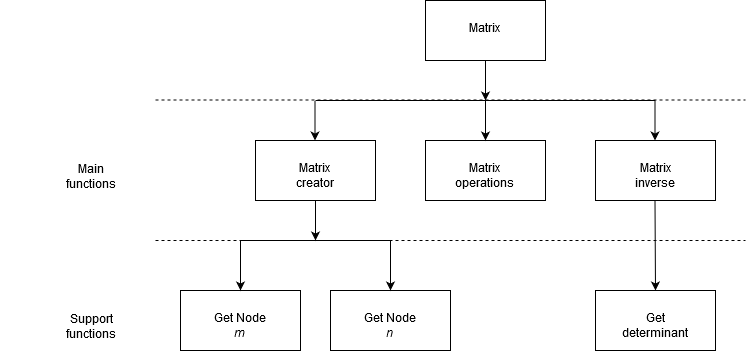
Before: Documents/Latex files/Research/Analysis Module/Images/Matrix struct.png, a diagram exported from draw.io (xw2519/ELEC40006-Circuit-Simulator). Source tidied: cells renumbered, new cells last; positions are measured from the earlier drawing's top-left corner, leaving out a move shared by most shapes. The source it was exported from:
```xml
<mxGraphModel>
  <root>
    <mxCell id="0" />
    <mxCell id="1" parent="0" />
    <mxCell id="2" value="Matrix" style="rounded=0;whiteSpace=wrap;html=1;" parent="1" vertex="1">
      <mxGeometry x="425" width="120" height="60" as="geometry" />
    </mxCell>
    <mxCell id="3" value="Matrix creator" style="rounded=0;whiteSpace=wrap;html=1;" parent="1" vertex="1">
      <mxGeometry x="255" y="140" width="120" height="60" as="geometry" />
    </mxCell>
    <mxCell id="4" value="Matrix operations" style="rounded=0;whiteSpace=wrap;html=1;" parent="1" vertex="1">
      <mxGeometry x="425" y="140" width="120" height="60" as="geometry" />
    </mxCell>
    <mxCell id="5" value="Matrix inverse" style="rounded=0;whiteSpace=wrap;html=1;" parent="1" vertex="1">
      <mxGeometry x="595" y="140" width="120" height="60" as="geometry" />
    </mxCell>
    <mxCell id="6" style="endArrow=classic;html=1;exitX=0.5;exitY=1;exitDx=0;exitDy=0;" parent="1" edge="1" source="2">
      <mxGeometry relative="1" as="geometry">
        <mxPoint x="485" y="100" as="targetPoint" />
      </mxGeometry>
    </mxCell>
    <mxCell id="7" style="endArrow=classic;html=1;exitX=0.5;exitY=1;exitDx=0;exitDy=0;" parent="1" edge="1">
      <mxGeometry relative="1" as="geometry">
        <mxPoint x="314.5" y="100" as="sourcePoint" />
        <mxPoint x="314.5" y="140" as="targetPoint" />
      </mxGeometry>
    </mxCell>
    <mxCell id="8" style="endArrow=classic;html=1;exitX=0.5;exitY=1;exitDx=0;exitDy=0;" parent="1" edge="1">
      <mxGeometry relative="1" as="geometry">
        <mxPoint x="485" y="100" as="sourcePoint" />
        <mxPoint x="485" y="140" as="targetPoint" />
      </mxGeometry>
    </mxCell>
    <mxCell id="9" style="endArrow=classic;html=1;exitX=0.5;exitY=1;exitDx=0;exitDy=0;" parent="1" edge="1">
      <mxGeometry relative="1" as="geometry">
        <mxPoint x="654.5" y="100" as="sourcePoint" />
        <mxPoint x="654.5" y="140" as="targetPoint" />
      </mxGeometry>
    </mxCell>
    <mxCell id="10" style="endArrow=none;html=1;" parent="1" edge="1">
      <mxGeometry relative="1" as="geometry">
        <mxPoint x="315" y="100" as="sourcePoint" />
        <mxPoint x="655" y="100" as="targetPoint" />
      </mxGeometry>
    </mxCell>
    <mxCell id="11" value="Get Node &lt;i&gt;m&lt;/i&gt;" style="rounded=0;whiteSpace=wrap;html=1;" parent="1" vertex="1">
      <mxGeometry x="180" y="290" width="120" height="60" as="geometry" />
    </mxCell>
    <mxCell id="12" style="endArrow=classic;html=1;entryX=0.5;entryY=0;entryDx=0;entryDy=0;" parent="1" edge="1" target="11">
      <mxGeometry relative="1" as="geometry">
        <mxPoint x="240" y="240" as="sourcePoint" />
      </mxGeometry>
    </mxCell>
    <mxCell id="13" value="Get Node &lt;i&gt;n&lt;/i&gt;" style="rounded=0;whiteSpace=wrap;html=1;" parent="1" vertex="1">
      <mxGeometry x="330" y="290" width="120" height="60" as="geometry" />
    </mxCell>
    <mxCell id="14" style="endArrow=classic;html=1;entryX=0.5;entryY=0;entryDx=0;entryDy=0;" parent="1" edge="1" target="13">
      <mxGeometry relative="1" as="geometry">
        <mxPoint x="390" y="240" as="sourcePoint" />
      </mxGeometry>
    </mxCell>
    <mxCell id="15" style="endArrow=none;html=1;" parent="1" edge="1">
      <mxGeometry relative="1" as="geometry">
        <mxPoint x="240" y="240" as="sourcePoint" />
        <mxPoint x="390" y="240" as="targetPoint" />
      </mxGeometry>
    </mxCell>
    <mxCell id="16" style="endArrow=classic;html=1;exitX=0.5;exitY=1;exitDx=0;exitDy=0;" parent="1" edge="1">
      <mxGeometry relative="1" as="geometry">
        <mxPoint x="315" y="200" as="sourcePoint" />
        <mxPoint x="315" y="240" as="targetPoint" />
      </mxGeometry>
    </mxCell>
    <mxCell id="17" style="endArrow=classic;html=1;exitX=0.5;exitY=1;exitDx=0;exitDy=0;entryX=0.5;entryY=0;entryDx=0;entryDy=0;" parent="1" edge="1" target="18">
      <mxGeometry relative="1" as="geometry">
        <mxPoint x="654.5" y="200" as="sourcePoint" />
      </mxGeometry>
    </mxCell>
    <mxCell id="18" value="Get determinant" style="rounded=0;whiteSpace=wrap;html=1;" parent="1" vertex="1">
      <mxGeometry x="595" y="290" width="120" height="60" as="geometry" />
    </mxCell>
    <mxCell id="19" style="endArrow=none;dashed=1;html=1;" parent="1" edge="1">
      <mxGeometry relative="1" as="geometry">
        <mxPoint x="155" y="240" as="sourcePoint" />
        <mxPoint x="745" y="240" as="targetPoint" />
      </mxGeometry>
    </mxCell>
    <mxCell id="20" style="endArrow=none;dashed=1;html=1;" parent="1" edge="1">
      <mxGeometry relative="1" as="geometry">
        <mxPoint x="155" y="99.5" as="sourcePoint" />
        <mxPoint x="745" y="99.5" as="targetPoint" />
      </mxGeometry>
    </mxCell>
    <mxCell id="21" value="Main functions" style="text;html=1;strokeColor=none;fillColor=none;align=center;verticalAlign=middle;whiteSpace=wrap;rounded=0;" parent="1" vertex="1">
      <mxGeometry y="160" width="180" height="20" as="geometry" />
    </mxCell>
    <mxCell id="22" value="Support functions" style="text;html=1;strokeColor=none;fillColor=none;align=center;verticalAlign=middle;whiteSpace=wrap;rounded=0;" parent="1" vertex="1">
      <mxGeometry y="310" width="180" height="20" as="geometry" />
    </mxCell>
  </root>
</mxGraphModel>
```
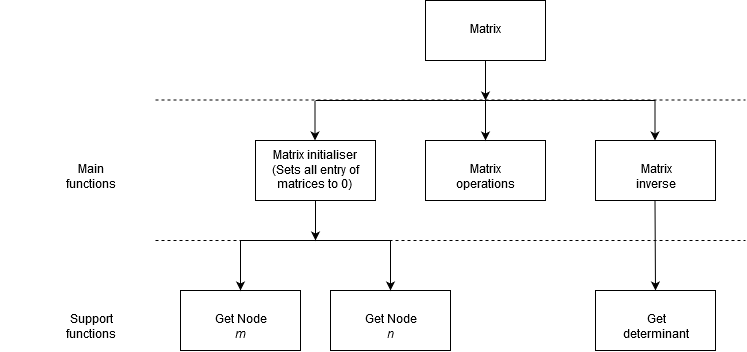
The same file after the commit.

The edit, as a diff of the source:
```diff
@@ -5,7 +5,7 @@
     <mxCell id="2" value="Matrix" style="rounded=0;whiteSpace=wrap;html=1;" parent="1" vertex="1">
       <mxGeometry x="425" width="120" height="60" as="geometry" />
     </mxCell>
-    <mxCell id="3" value="Matrix creator" style="rounded=0;whiteSpace=wrap;html=1;" parent="1" vertex="1">
+    <mxCell id="3" value="&lt;div&gt;Matrix initialiser&lt;/div&gt;&lt;div&gt;(Sets all entry of matrices to 0)&lt;br&gt;&lt;/div&gt;" style="rounded=0;whiteSpace=wrap;html=1;" parent="1" vertex="1">
       <mxGeometry x="255" y="140" width="120" height="60" as="geometry" />
     </mxCell>
     <mxCell id="4" value="Matrix operations" style="rounded=0;whiteSpace=wrap;html=1;" parent="1" vertex="1">
```
